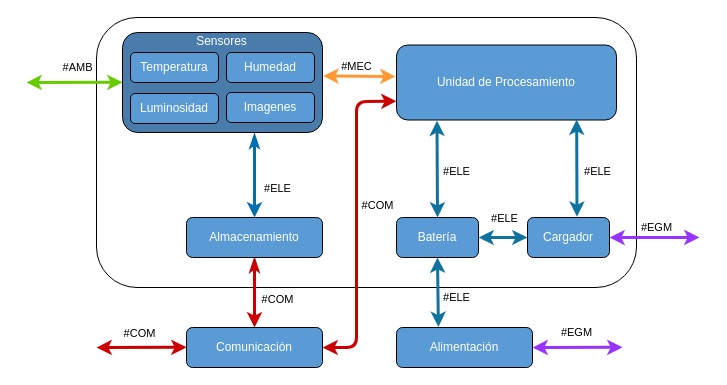
Before: Utils/Drawio/EsquemaModular.drawio in tlondero/Dise-o, a draw.io diagram. Source tidied: cells renumbered, new cells numbered last; positions are measured from the earlier drawing's top-left corner, leaving out a move shared by most shapes. Both pictures are drawn from the tidied source at 100%, with x=0, y=0 at pixel (26, 17).
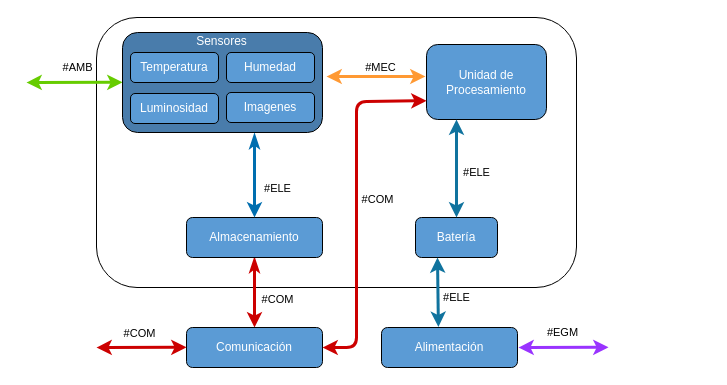
The same page after the edit.

Unchanged cells that the change refers to:
```xml
<mxCell id="34" style="rounded=1;whiteSpace=wrap;html=1;fillColor=#497CAB;" parent="33" vertex="1">
  <mxGeometry y="1" width="200" height="100" as="geometry" />
</mxCell>
```

Diff of the diagram source:
```diff
@@
     <mxCell id="2" style="rounded=1;whiteSpace=wrap;html=1;fillColor=none;" parent="1" vertex="1">
-      <mxGeometry x="70" width="540" height="270" as="geometry" />
+      <mxGeometry x="70" width="480" height="270" as="geometry" />
     </mxCell>
     <mxCell id="3" value="&lt;font color=&quot;#FFFFFF&quot;&gt;Unidad de Procesamiento&lt;/font&gt;" style="rounded=1;whiteSpace=wrap;html=1;fillColor=#5B9BD5;" parent="1" vertex="1">
-      <mxGeometry x="370" y="27.5" width="220" height="75" as="geometry" />
+      <mxGeometry x="400" y="27" width="120" height="75" as="geometry" />
     </mxCell>
@@
     <mxCell id="10" value="&lt;font color=&quot;#ffffff&quot;&gt;Batería&lt;/font&gt;" style="rounded=1;whiteSpace=wrap;html=1;fillColor=#5B9BD5;" parent="1" vertex="1">
-      <mxGeometry x="370" y="200" width="82" height="40" as="geometry" />
+      <mxGeometry x="389" y="200" width="82" height="40" as="geometry" />
     </mxCell>
     <mxCell id="11" value="&lt;font color=&quot;#ffffff&quot;&gt;Alimentación&lt;/font&gt;" style="rounded=1;whiteSpace=wrap;html=1;fillColor=#5B9BD5;" parent="1" vertex="1">
-      <mxGeometry x="370" y="310" width="136" height="40" as="geometry" />
+      <mxGeometry x="355" y="310" width="136" height="40" as="geometry" />
     </mxCell>
-    <mxCell id="12" style="endArrow=classic;startArrow=classic;html=1;strokeWidth=3;fillColor=#b1ddf0;exitX=0.5;exitY=0;exitDx=0;exitDy=0;strokeColor=#10739e;entryX=0.184;entryY=1.009;entryDx=0;entryDy=0;entryPerimeter=0;" parent="1" edge="1" source="10" target="3">
+    <mxCell id="12" style="endArrow=classic;startArrow=classic;html=1;strokeWidth=3;fillColor=#b1ddf0;exitX=0.5;exitY=0;exitDx=0;exitDy=0;strokeColor=#10739e;entryX=0.25;entryY=1;entryDx=0;entryDy=0;" parent="1" edge="1" source="10" target="3">
       <mxGeometry relative="1" as="geometry" />
     </mxCell>
@@
-    <mxCell id="14" style="endArrow=classic;startArrow=classic;html=1;strokeWidth=3;fillColor=#fa6800;exitX=1.004;exitY=0.434;exitDx=0;exitDy=0;strokeColor=#FF9933;exitPerimeter=0;" parent="1" edge="1" source="34">
+    <mxCell id="14" style="endArrow=classic;startArrow=classic;html=1;strokeWidth=3;fillColor=#fa6800;strokeColor=#FF9933;" parent="1" edge="1">
       <mxGeometry relative="1" as="geometry">
-        <mxPoint x="369" y="59" as="targetPoint" />
+        <mxPoint x="300" y="59" as="sourcePoint" />
+        <mxPoint x="399" y="59" as="targetPoint" />
       </mxGeometry>
     </mxCell>
@@
     <mxCell id="24" style="endArrow=classic;startArrow=classic;html=1;strokeWidth=3;fillColor=#6a00ff;entryX=0;entryY=0.5;entryDx=0;entryDy=0;strokeColor=#9933FF;" parent="1" edge="1">
       <mxGeometry relative="1" as="geometry">
-        <mxPoint x="506" y="330" as="sourcePoint" />
-        <mxPoint x="596" y="329.8" as="targetPoint" />
+        <mxPoint x="492" y="330" as="sourcePoint" />
+        <mxPoint x="582" y="329.8" as="targetPoint" />
       </mxGeometry>
     </mxCell>
@@
-    <mxCell id="26" value="&lt;font color=&quot;#ffffff&quot;&gt;Cargador&lt;/font&gt;" style="rounded=1;whiteSpace=wrap;html=1;fillColor=#5B9BD5;" parent="1" vertex="1">
-      <mxGeometry x="501" y="200" width="82" height="40" as="geometry" />
-    </mxCell>
-    <mxCell id="27" style="endArrow=classic;startArrow=classic;html=1;strokeWidth=3;fillColor=#b1ddf0;entryX=0;entryY=0.5;entryDx=0;entryDy=0;exitX=1;exitY=0.5;exitDx=0;exitDy=0;strokeColor=#10739e;" parent="1" edge="1" source="10" target="26">
-      <mxGeometry relative="1" as="geometry" />
-    </mxCell>
-    <mxCell id="28" value="#ELE" style="edgeLabel;html=1;align=center;verticalAlign=middle;labelBackgroundColor=none;" parent="27" vertex="1">
-      <mxGeometry x="0.7" y="2" relative="1" as="geometry">
-        <mxPoint x="-17" y="-18" as="offset" />
-      </mxGeometry>
-    </mxCell>
-    <mxCell id="29" style="endArrow=classic;startArrow=classic;html=1;strokeWidth=3;fillColor=#6a00ff;entryX=0;entryY=0.5;entryDx=0;entryDy=0;strokeColor=#9933FF;" parent="1" edge="1">
-      <mxGeometry relative="1" as="geometry">
-        <mxPoint x="583" y="220.1" as="sourcePoint" />
-        <mxPoint x="673" y="219.9" as="targetPoint" />
-      </mxGeometry>
-    </mxCell>
-    <mxCell id="30" value="#EGM" style="edgeLabel;html=1;align=center;verticalAlign=middle;labelBackgroundColor=none;" parent="29" vertex="1">
-      <mxGeometry x="0.49" relative="1" as="geometry">
-        <mxPoint x="-20" y="-10" as="offset" />
-      </mxGeometry>
-    </mxCell>
-    <mxCell id="31" style="endArrow=classic;startArrow=classic;html=1;strokeWidth=3;fillColor=#b1ddf0;exitX=0.5;exitY=0;exitDx=0;exitDy=0;strokeColor=#10739e;entryX=0.819;entryY=0.993;entryDx=0;entryDy=0;entryPerimeter=0;" parent="1" edge="1" target="3">
-      <mxGeometry relative="1" as="geometry">
-        <mxPoint x="550.5" y="199.3" as="sourcePoint" />
-      </mxGeometry>
-    </mxCell>
-    <mxCell id="32" value="#ELE" style="edgeLabel;html=1;align=center;verticalAlign=middle;labelBackgroundColor=none;" parent="31" vertex="1">
-      <mxGeometry x="-0.19" y="-2" relative="1" as="geometry">
-        <mxPoint x="18" y="-7" as="offset" />
-      </mxGeometry>
-    </mxCell>
```
